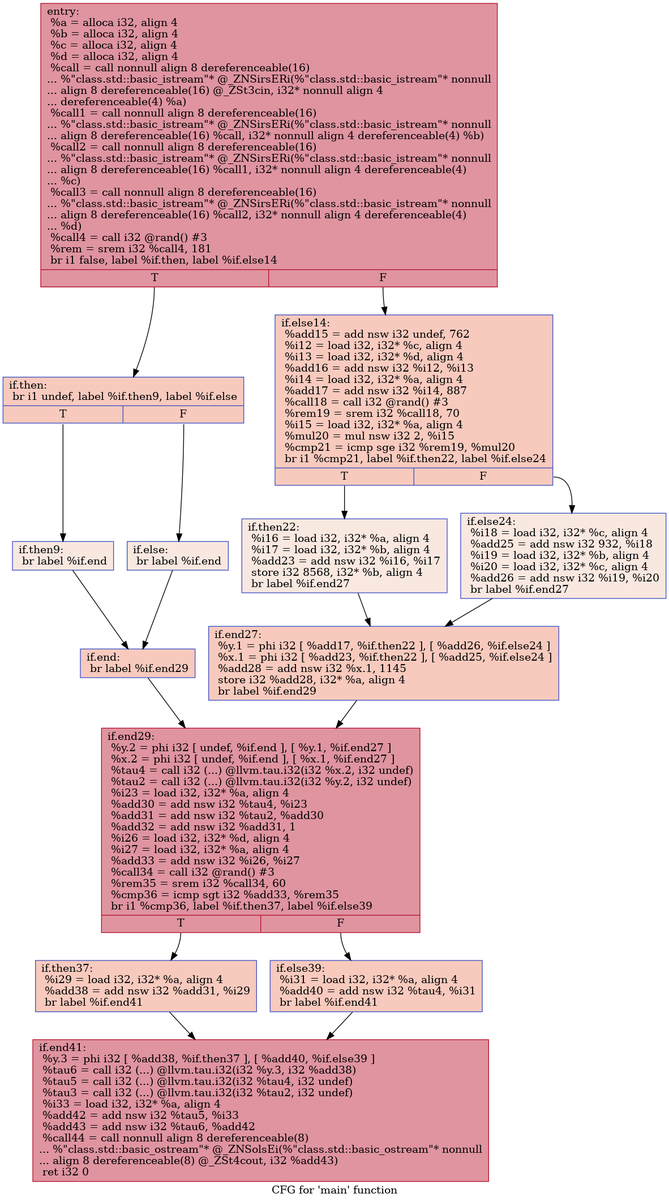
This is IR/cfg/afterHPSSA.dot.png from HPSSA-LLVM/HPSSA-LLVM, a Graphviz export, as it was before one commit. Its source is kept beside it as IR/cfg/afterHPSSA.dot.
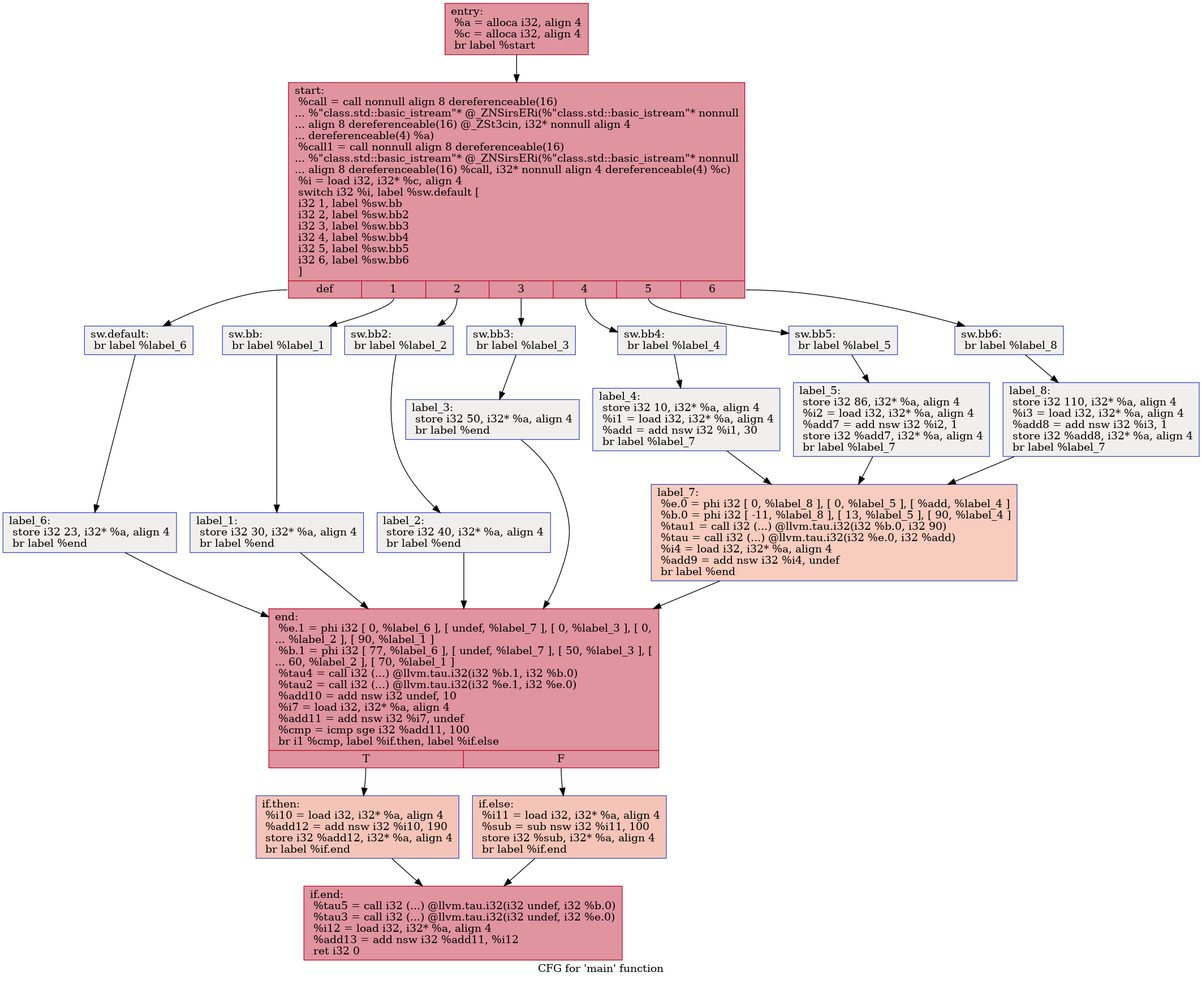
After the commit.

What changed in the source:
```diff
@@ -1,33 +1,52 @@
 digraph "CFG for 'main' function" {
 	label="CFG for 'main' function";
 
-	Node0x55c7c6ecd980 [shape=record,color="#b70d28ff", style=filled, fillcolor="#b70d2870",label="{entry:\l  %a = alloca i32, align 4\l  %b = alloca i32, align 4\l  %c = alloca i32, align 4\l  %d = alloca i32, align 4\l  %call = call nonnull align 8 dereferenceable(16)\l... %\"class.std::basic_istream\"* @_ZNSirsERi(%\"class.std::basic_istream\"* nonnull\l... align 8 dereferenceable(16) @_ZSt3cin, i32* nonnull align 4\l... dereferenceable(4) %a)\l  %call1 = call nonnull align 8 dereferenceable(16)\l... %\"class.std::basic_istream\"* @_ZNSirsERi(%\"class.std::basic_istream\"* nonnull\l... align 8 dereferenceable(16) %call, i32* nonnull align 4 dereferenceable(4) %b)\l  %call2 = call nonnull align 8 dereferenceable(16)\l... %\"class.std::basic_istream\"* @_ZNSirsERi(%\"class.std::basic_istream\"* nonnull\l... align 8 dereferenceable(16) %call1, i32* nonnull align 4 dereferenceable(4)\l... %c)\l  %call3 = call nonnull align 8 dereferenceable(16)\l... %\"class.std::basic_istream\"* @_ZNSirsERi(%\"class.std::basic_istream\"* nonnull\l... align 8 dereferenceable(16) %call2, i32* nonnull align 4 dereferenceable(4)\l... %d)\l  %call4 = call i32 @rand() #3\l  %rem = srem i32 %call4, 181\l  br i1 false, label %if.then, label %if.else14\l|{<s0>T|<s1>F}}"];
-	Node0x55c7c6ecd980:s0 -> Node0x55c7c6ece5b0;
-	Node0x55c7c6ecd980:s1 -> Node0x55c7c6ece680;
-	Node0x55c7c6ece5b0 [shape=record,color="#3d50c3ff", style=filled, fillcolor="#ef886b70",label="{if.then:                                          \l  br i1 undef, label %if.then9, label %if.else\l|{<s0>T|<s1>F}}"];
-	Node0x55c7c6ece5b0:s0 -> Node0x55c7c6ecede0;
-	Node0x55c7c6ece5b0:s1 -> Node0x55c7c6ecee60;
-	Node0x55c7c6ecede0 [shape=record,color="#3d50c3ff", style=filled, fillcolor="#f1ccb870",label="{if.then9:                                         \l  br label %if.end\l}"];
-	Node0x55c7c6ecede0 -> Node0x55c7c6ecefe0;
-	Node0x55c7c6ecee60 [shape=record,color="#3d50c3ff", style=filled, fillcolor="#f1ccb870",label="{if.else:                                          \l  br label %if.end\l}"];
-	Node0x55c7c6ecee60 -> Node0x55c7c6ecefe0;
-	Node0x55c7c6ecefe0 [shape=record,color="#3d50c3ff", style=filled, fillcolor="#ef886b70",label="{if.end:                                           \l  br label %if.end29\l}"];
-	Node0x55c7c6ecefe0 -> Node0x55c7c6ecf130;
-	Node0x55c7c6ece680 [shape=record,color="#3d50c3ff", style=filled, fillcolor="#ef886b70",label="{if.else14:                                        \l  %add15 = add nsw i32 undef, 762\l  %i12 = load i32, i32* %c, align 4\l  %i13 = load i32, i32* %d, align 4\l  %add16 = add nsw i32 %i12, %i13\l  %i14 = load i32, i32* %a, align 4\l  %add17 = add nsw i32 %i14, 887\l  %call18 = call i32 @rand() #3\l  %rem19 = srem i32 %call18, 70\l  %i15 = load i32, i32* %a, align 4\l  %mul20 = mul nsw i32 2, %i15\l  %cmp21 = icmp sge i32 %rem19, %mul20\l  br i1 %cmp21, label %if.then22, label %if.else24\l|{<s0>T|<s1>F}}"];
-	Node0x55c7c6ece680:s0 -> Node0x55c7c6ecfd90;
-	Node0x55c7c6ece680:s1 -> Node0x55c7c6ecfe10;
-	Node0x55c7c6ecfd90 [shape=record,color="#3d50c3ff", style=filled, fillcolor="#f1ccb870",label="{if.then22:                                        \l  %i16 = load i32, i32* %a, align 4\l  %i17 = load i32, i32* %b, align 4\l  %add23 = add nsw i32 %i16, %i17\l  store i32 8568, i32* %b, align 4\l  br label %if.end27\l}"];
-	Node0x55c7c6ecfd90 -> Node0x55c7c6ed01d0;
-	Node0x55c7c6ecfe10 [shape=record,color="#3d50c3ff", style=filled, fillcolor="#f1ccb870",label="{if.else24:                                        \l  %i18 = load i32, i32* %c, align 4\l  %add25 = add nsw i32 932, %i18\l  %i19 = load i32, i32* %b, align 4\l  %i20 = load i32, i32* %c, align 4\l  %add26 = add nsw i32 %i19, %i20\l  br label %if.end27\l}"];
-	Node0x55c7c6ecfe10 -> Node0x55c7c6ed01d0;
-	Node0x55c7c6ed01d0 [shape=record,color="#3d50c3ff", style=filled, fillcolor="#ef886b70",label="{if.end27:                                         \l  %y.1 = phi i32 [ %add17, %if.then22 ], [ %add26, %if.else24 ]\l  %x.1 = phi i32 [ %add23, %if.then22 ], [ %add25, %if.else24 ]\l  %add28 = add nsw i32 %x.1, 1145\l  store i32 %add28, i32* %a, align 4\l  br label %if.end29\l}"];
-	Node0x55c7c6ed01d0 -> Node0x55c7c6ecf130;
-	Node0x55c7c6ecf130 [shape=record,color="#b70d28ff", style=filled, fillcolor="#b70d2870",label="{if.end29:                                         \l  %y.2 = phi i32 [ undef, %if.end ], [ %y.1, %if.end27 ]\l  %x.2 = phi i32 [ undef, %if.end ], [ %x.1, %if.end27 ]\l  %tau4 = call i32 (...) @llvm.tau.i32(i32 %x.2, i32 undef)\l  %tau2 = call i32 (...) @llvm.tau.i32(i32 %y.2, i32 undef)\l  %i23 = load i32, i32* %a, align 4\l  %add30 = add nsw i32 %tau4, %i23\l  %add31 = add nsw i32 %tau2, %add30\l  %add32 = add nsw i32 %add31, 1\l  %i26 = load i32, i32* %d, align 4\l  %i27 = load i32, i32* %a, align 4\l  %add33 = add nsw i32 %i26, %i27\l  %call34 = call i32 @rand() #3\l  %rem35 = srem i32 %call34, 60\l  %cmp36 = icmp sgt i32 %add33, %rem35\l  br i1 %cmp36, label %if.then37, label %if.else39\l|{<s0>T|<s1>F}}"];
-	Node0x55c7c6ecf130:s0 -> Node0x55c7c6ed2330;
-	Node0x55c7c6ecf130:s1 -> Node0x55c7c6ed2410;
-	Node0x55c7c6ed2330 [shape=record,color="#3d50c3ff", style=filled, fillcolor="#ef886b70",label="{if.then37:                                        \l  %i29 = load i32, i32* %a, align 4\l  %add38 = add nsw i32 %add31, %i29\l  br label %if.end41\l}"];
-	Node0x55c7c6ed2330 -> Node0x55c7c6ed26e0;
-	Node0x55c7c6ed2410 [shape=record,color="#3d50c3ff", style=filled, fillcolor="#ef886b70",label="{if.else39:                                        \l  %i31 = load i32, i32* %a, align 4\l  %add40 = add nsw i32 %tau4, %i31\l  br label %if.end41\l}"];
-	Node0x55c7c6ed2410 -> Node0x55c7c6ed26e0;
-	Node0x55c7c6ed26e0 [shape=record,color="#b70d28ff", style=filled, fillcolor="#b70d2870",label="{if.end41:                                         \l  %y.3 = phi i32 [ %add38, %if.then37 ], [ %add40, %if.else39 ]\l  %tau6 = call i32 (...) @llvm.tau.i32(i32 %y.3, i32 %add38)\l  %tau5 = call i32 (...) @llvm.tau.i32(i32 %tau4, i32 undef)\l  %tau3 = call i32 (...) @llvm.tau.i32(i32 %tau2, i32 undef)\l  %i33 = load i32, i32* %a, align 4\l  %add42 = add nsw i32 %tau5, %i33\l  %add43 = add nsw i32 %tau6, %add42\l  %call44 = call nonnull align 8 dereferenceable(8)\l... %\"class.std::basic_ostream\"* @_ZNSolsEi(%\"class.std::basic_ostream\"* nonnull\l... align 8 dereferenceable(8) @_ZSt4cout, i32 %add43)\l  ret i32 0\l}"];
+	Node0x55ee03b356d0 [shape=record,color="#b70d28ff", style=filled, fillcolor="#b70d2870",label="{entry:\l  %a = alloca i32, align 4\l  %c = alloca i32, align 4\l  br label %start\l}"];
+	Node0x55ee03b356d0 -> Node0x55ee03b35920;
+	Node0x55ee03b35920 [shape=record,color="#b70d28ff", style=filled, fillcolor="#b70d2870",label="{start:                                            \l  %call = call nonnull align 8 dereferenceable(16)\l... %\"class.std::basic_istream\"* @_ZNSirsERi(%\"class.std::basic_istream\"* nonnull\l... align 8 dereferenceable(16) @_ZSt3cin, i32* nonnull align 4\l... dereferenceable(4) %a)\l  %call1 = call nonnull align 8 dereferenceable(16)\l... %\"class.std::basic_istream\"* @_ZNSirsERi(%\"class.std::basic_istream\"* nonnull\l... align 8 dereferenceable(16) %call, i32* nonnull align 4 dereferenceable(4) %c)\l  %i = load i32, i32* %c, align 4\l  switch i32 %i, label %sw.default [\l    i32 1, label %sw.bb\l    i32 2, label %sw.bb2\l    i32 3, label %sw.bb3\l    i32 4, label %sw.bb4\l    i32 5, label %sw.bb5\l    i32 6, label %sw.bb6\l  ]\l|{<s0>def|<s1>1|<s2>2|<s3>3|<s4>4|<s5>5|<s6>6}}"];
+	Node0x55ee03b35920:s0 -> Node0x55ee03b35db0;
+	Node0x55ee03b35920:s1 -> Node0x55ee03b35e90;
+	Node0x55ee03b35920:s2 -> Node0x55ee03b35f90;
+	Node0x55ee03b35920:s3 -> Node0x55ee03b36090;
+	Node0x55ee03b35920:s4 -> Node0x55ee03b36190;
+	Node0x55ee03b35920:s5 -> Node0x55ee03b36290;
+	Node0x55ee03b35920:s6 -> Node0x55ee03b36530;
+	Node0x55ee03b35e90 [shape=record,color="#3d50c3ff", style=filled, fillcolor="#e0dbd870",label="{sw.bb:                                            \l  br label %label_1\l}"];
+	Node0x55ee03b35e90 -> Node0x55ee03b36820;
+	Node0x55ee03b35f90 [shape=record,color="#3d50c3ff", style=filled, fillcolor="#e0dbd870",label="{sw.bb2:                                           \l  br label %label_2\l}"];
+	Node0x55ee03b35f90 -> Node0x55ee03b36900;
+	Node0x55ee03b36090 [shape=record,color="#3d50c3ff", style=filled, fillcolor="#e0dbd870",label="{sw.bb3:                                           \l  br label %label_3\l}"];
+	Node0x55ee03b36090 -> Node0x55ee03b369e0;
+	Node0x55ee03b36190 [shape=record,color="#3d50c3ff", style=filled, fillcolor="#e0dbd870",label="{sw.bb4:                                           \l  br label %label_4\l}"];
+	Node0x55ee03b36190 -> Node0x55ee03b36ac0;
+	Node0x55ee03b36290 [shape=record,color="#3d50c3ff", style=filled, fillcolor="#e0dbd870",label="{sw.bb5:                                           \l  br label %label_5\l}"];
+	Node0x55ee03b36290 -> Node0x55ee03b36ba0;
+	Node0x55ee03b36530 [shape=record,color="#3d50c3ff", style=filled, fillcolor="#e0dbd870",label="{sw.bb6:                                           \l  br label %label_8\l}"];
+	Node0x55ee03b36530 -> Node0x55ee03b36c80;
+	Node0x55ee03b35db0 [shape=record,color="#3d50c3ff", style=filled, fillcolor="#e0dbd870",label="{sw.default:                                       \l  br label %label_6\l}"];
+	Node0x55ee03b35db0 -> Node0x55ee03b36d60;
+	Node0x55ee03b36820 [shape=record,color="#3d50c3ff", style=filled, fillcolor="#e0dbd870",label="{label_1:                                          \l  store i32 30, i32* %a, align 4\l  br label %end\l}"];
+	Node0x55ee03b36820 -> Node0x55ee03b36f00;
+	Node0x55ee03b36900 [shape=record,color="#3d50c3ff", style=filled, fillcolor="#e0dbd870",label="{label_2:                                          \l  store i32 40, i32* %a, align 4\l  br label %end\l}"];
+	Node0x55ee03b36900 -> Node0x55ee03b36f00;
+	Node0x55ee03b369e0 [shape=record,color="#3d50c3ff", style=filled, fillcolor="#e0dbd870",label="{label_3:                                          \l  store i32 50, i32* %a, align 4\l  br label %end\l}"];
+	Node0x55ee03b369e0 -> Node0x55ee03b36f00;
+	Node0x55ee03b36ac0 [shape=record,color="#3d50c3ff", style=filled, fillcolor="#e0dbd870",label="{label_4:                                          \l  store i32 10, i32* %a, align 4\l  %i1 = load i32, i32* %a, align 4\l  %add = add nsw i32 %i1, 30\l  br label %label_7\l}"];
+	Node0x55ee03b36ac0 -> Node0x55ee03b37440;
+	Node0x55ee03b36ba0 [shape=record,color="#3d50c3ff", style=filled, fillcolor="#e0dbd870",label="{label_5:                                          \l  store i32 86, i32* %a, align 4\l  %i2 = load i32, i32* %a, align 4\l  %add7 = add nsw i32 %i2, 1\l  store i32 %add7, i32* %a, align 4\l  br label %label_7\l}"];
+	Node0x55ee03b36ba0 -> Node0x55ee03b37440;
+	Node0x55ee03b36c80 [shape=record,color="#3d50c3ff", style=filled, fillcolor="#e0dbd870",label="{label_8:                                          \l  store i32 110, i32* %a, align 4\l  %i3 = load i32, i32* %a, align 4\l  %add8 = add nsw i32 %i3, 1\l  store i32 %add8, i32* %a, align 4\l  br label %label_7\l}"];
+	Node0x55ee03b36c80 -> Node0x55ee03b37440;
+	Node0x55ee03b37440 [shape=record,color="#3d50c3ff", style=filled, fillcolor="#f08b6e70",label="{label_7:                                          \l  %e.0 = phi i32 [ 0, %label_8 ], [ 0, %label_5 ], [ %add, %label_4 ]\l  %b.0 = phi i32 [ -11, %label_8 ], [ 13, %label_5 ], [ 90, %label_4 ]\l  %tau1 = call i32 (...) @llvm.tau.i32(i32 %b.0, i32 90)\l  %tau = call i32 (...) @llvm.tau.i32(i32 %e.0, i32 %add)\l  %i4 = load i32, i32* %a, align 4\l  %add9 = add nsw i32 %i4, undef\l  br label %end\l}"];
+	Node0x55ee03b37440 -> Node0x55ee03b36f00;
+	Node0x55ee03b36d60 [shape=record,color="#3d50c3ff", style=filled, fillcolor="#e0dbd870",label="{label_6:                                          \l  store i32 23, i32* %a, align 4\l  br label %end\l}"];
+	Node0x55ee03b36d60 -> Node0x55ee03b36f00;
+	Node0x55ee03b36f00 [shape=record,color="#b70d28ff", style=filled, fillcolor="#b70d2870",label="{end:                                              \l  %e.1 = phi i32 [ 0, %label_6 ], [ undef, %label_7 ], [ 0, %label_3 ], [ 0,\l... %label_2 ], [ 90, %label_1 ]\l  %b.1 = phi i32 [ 77, %label_6 ], [ undef, %label_7 ], [ 50, %label_3 ], [\l... 60, %label_2 ], [ 70, %label_1 ]\l  %tau4 = call i32 (...) @llvm.tau.i32(i32 %b.1, i32 %b.0)\l  %tau2 = call i32 (...) @llvm.tau.i32(i32 %e.1, i32 %e.0)\l  %add10 = add nsw i32 undef, 10\l  %i7 = load i32, i32* %a, align 4\l  %add11 = add nsw i32 %i7, undef\l  %cmp = icmp sge i32 %add11, 100\l  br i1 %cmp, label %if.then, label %if.else\l|{<s0>T|<s1>F}}"];
+	Node0x55ee03b36f00:s0 -> Node0x55ee03b39b30;
+	Node0x55ee03b36f00:s1 -> Node0x55ee03b39ba0;
+	Node0x55ee03b39b30 [shape=record,color="#3d50c3ff", style=filled, fillcolor="#e97a5f70",label="{if.then:                                          \l  %i10 = load i32, i32* %a, align 4\l  %add12 = add nsw i32 %i10, 190\l  store i32 %add12, i32* %a, align 4\l  br label %if.end\l}"];
+	Node0x55ee03b39b30 -> Node0x55ee03b39ec0;
+	Node0x55ee03b39ba0 [shape=record,color="#3d50c3ff", style=filled, fillcolor="#e97a5f70",label="{if.else:                                          \l  %i11 = load i32, i32* %a, align 4\l  %sub = sub nsw i32 %i11, 100\l  store i32 %sub, i32* %a, align 4\l  br label %if.end\l}"];
+	Node0x55ee03b39ba0 -> Node0x55ee03b39ec0;
+	Node0x55ee03b39ec0 [shape=record,color="#b70d28ff", style=filled, fillcolor="#b70d2870",label="{if.end:                                           \l  %tau5 = call i32 (...) @llvm.tau.i32(i32 undef, i32 %b.0)\l  %tau3 = call i32 (...) @llvm.tau.i32(i32 undef, i32 %e.0)\l  %i12 = load i32, i32* %a, align 4\l  %add13 = add nsw i32 %add11, %i12\l  ret i32 0\l}"];
 }
```
